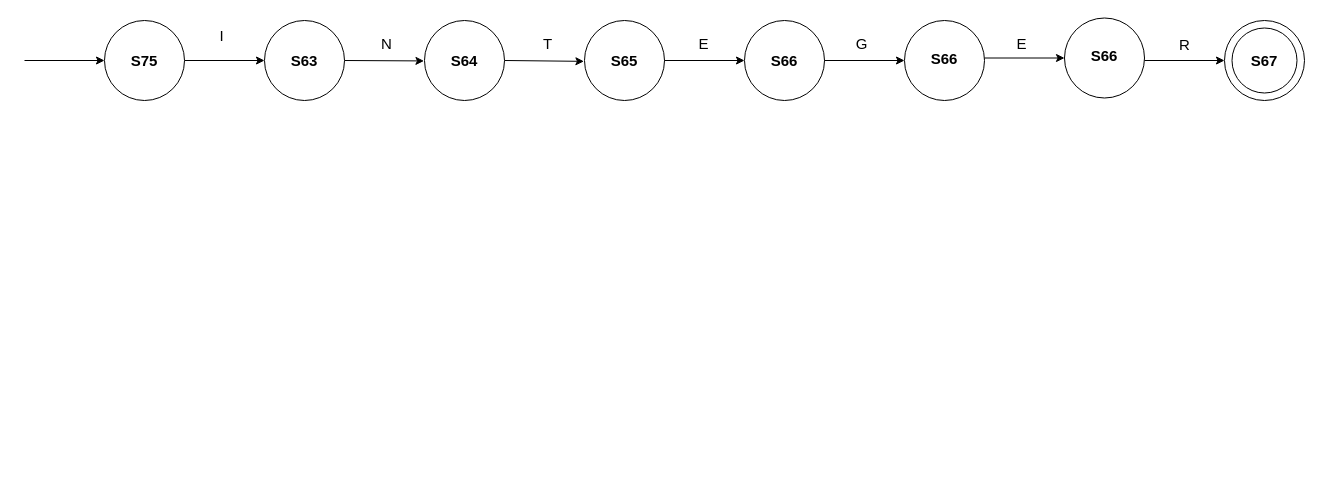
Above: dataType.drawio in MonaJea-Ng/Projects (draw.io), before the change. Source tidied: cells renumbered, new cells numbered last; positions are measured from the earlier drawing's top-left corner, leaving out a move shared by most shapes. Both pictures are drawn from the tidied source at 100%, with x=0, y=0 at pixel (24, 18).
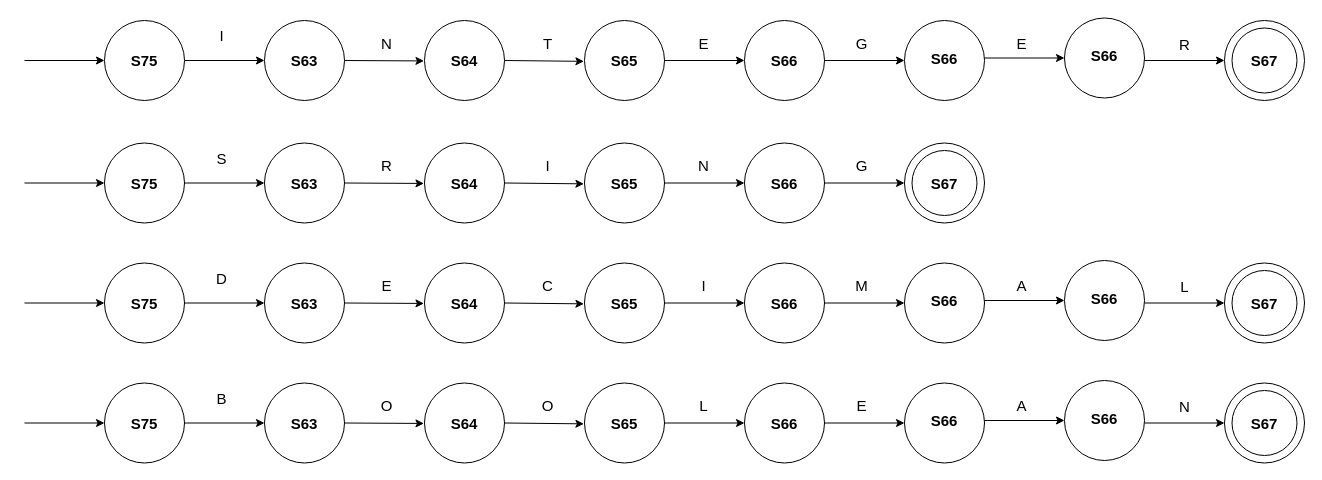
The same page after the edit.

The edit, as a diff of the source:
```diff
@@
+    <mxCell id="34" style="ellipse;whiteSpace=wrap;html=1;" parent="1" vertex="1">
+      <mxGeometry x="720" y="124.5" width="80" height="80" as="geometry" />
+    </mxCell>
+    <mxCell id="35" style="ellipse;whiteSpace=wrap;html=1;" parent="1" vertex="1">
+      <mxGeometry x="560" y="124.5" width="80" height="80" as="geometry" />
+    </mxCell>
+    <mxCell id="36" style="endArrow=classic;html=1;rounded=0;entryX=0.842;entryY=1.112;entryDx=0;entryDy=0;exitX=1;exitY=0.5;exitDx=0;exitDy=0;entryPerimeter=0;" parent="1" edge="1" source="44" target="47">
+      <mxGeometry relative="1" as="geometry" />
+    </mxCell>
+    <mxCell id="37" style="endArrow=classic;html=1;rounded=0;entryX=0;entryY=0.5;entryDx=0;entryDy=0;exitX=1;exitY=0.5;exitDx=0;exitDy=0;" parent="1" edge="1" source="35" target="34">
+      <mxGeometry relative="1" as="geometry" />
+    </mxCell>
+    <mxCell id="38" value="&lt;b style=&quot;font-size: 15px;&quot;&gt;S65&lt;/b&gt;" style="text;html=1;strokeColor=none;fillColor=none;align=center;verticalAlign=middle;whiteSpace=wrap;rounded=0;fontSize=15;" parent="1" vertex="1">
+      <mxGeometry x="570" y="149.5" width="60" height="30" as="geometry" />
+    </mxCell>
+    <mxCell id="39" value="&lt;b&gt;&lt;font style=&quot;font-size: 15px;&quot;&gt;S66&lt;/font&gt;&lt;/b&gt;" style="text;html=1;strokeColor=none;fillColor=none;align=center;verticalAlign=middle;whiteSpace=wrap;rounded=0;" parent="1" vertex="1">
+      <mxGeometry x="730" y="149.5" width="60" height="30" as="geometry" />
+    </mxCell>
+    <mxCell id="40" value="N" style="text;html=1;strokeColor=none;fillColor=none;align=center;verticalAlign=middle;whiteSpace=wrap;rounded=0;fontSize=15;" parent="1" vertex="1">
+      <mxGeometry x="627" y="132" width="105" height="30" as="geometry" />
+    </mxCell>
+    <mxCell id="41" style="ellipse;whiteSpace=wrap;html=1;" parent="1" vertex="1">
+      <mxGeometry x="880" y="124.5" width="80" height="80" as="geometry" />
+    </mxCell>
+    <mxCell id="42" style="ellipse;whiteSpace=wrap;html=1;" parent="1" vertex="1">
+      <mxGeometry x="887.5" y="132" width="65" height="65" as="geometry" />
+    </mxCell>
+    <mxCell id="43" value="&lt;b&gt;&lt;font style=&quot;font-size: 15px;&quot;&gt;S67&lt;/font&gt;&lt;/b&gt;" style="text;html=1;strokeColor=none;fillColor=none;align=center;verticalAlign=middle;whiteSpace=wrap;rounded=0;" parent="1" vertex="1">
+      <mxGeometry x="890" y="149.5" width="60" height="30" as="geometry" />
+    </mxCell>
+    <mxCell id="44" style="ellipse;whiteSpace=wrap;html=1;" parent="1" vertex="1">
+      <mxGeometry x="400" y="124.5" width="80" height="80" as="geometry" />
+    </mxCell>
+    <mxCell id="45" style="endArrow=classic;html=1;rounded=0;entryX=0.852;entryY=1.098;entryDx=0;entryDy=0;entryPerimeter=0;" parent="1" edge="1" target="50">
+      <mxGeometry relative="1" as="geometry">
+        <mxPoint x="320" y="164.5" as="sourcePoint" />
+      </mxGeometry>
+    </mxCell>
+    <mxCell id="46" value="&lt;b style=&quot;font-size: 15px;&quot;&gt;S64&lt;/b&gt;" style="text;html=1;strokeColor=none;fillColor=none;align=center;verticalAlign=middle;whiteSpace=wrap;rounded=0;fontSize=15;" parent="1" vertex="1">
+      <mxGeometry x="410" y="149.5" width="60" height="30" as="geometry" />
+    </mxCell>
+    <mxCell id="47" value="I" style="text;html=1;strokeColor=none;fillColor=none;align=center;verticalAlign=middle;whiteSpace=wrap;rounded=0;fontSize=15;" parent="1" vertex="1">
+      <mxGeometry x="471" y="132" width="105" height="30" as="geometry" />
+    </mxCell>
+    <mxCell id="48" style="ellipse;whiteSpace=wrap;html=1;" parent="1" vertex="1">
+      <mxGeometry x="240" y="124.5" width="80" height="80" as="geometry" />
+    </mxCell>
+    <mxCell id="49" value="&lt;b style=&quot;font-size: 15px;&quot;&gt;S63&lt;/b&gt;" style="text;html=1;strokeColor=none;fillColor=none;align=center;verticalAlign=middle;whiteSpace=wrap;rounded=0;fontSize=15;" parent="1" vertex="1">
+      <mxGeometry x="250" y="149.5" width="60" height="30" as="geometry" />
+    </mxCell>
+    <mxCell id="50" value="R" style="text;html=1;strokeColor=none;fillColor=none;align=center;verticalAlign=middle;whiteSpace=wrap;rounded=0;fontSize=15;" parent="1" vertex="1">
+      <mxGeometry x="310" y="132" width="105" height="30" as="geometry" />
+    </mxCell>
+    <mxCell id="51" style="endArrow=classic;html=1;rounded=0;" parent="1" edge="1">
+      <mxGeometry relative="1" as="geometry">
+        <mxPoint x="160" y="164.5" as="sourcePoint" />
+        <mxPoint x="240" y="164.5" as="targetPoint" />
+      </mxGeometry>
+    </mxCell>
+    <mxCell id="52" style="ellipse;whiteSpace=wrap;html=1;" parent="1" vertex="1">
+      <mxGeometry x="80" y="124.5" width="80" height="80" as="geometry" />
+    </mxCell>
+    <mxCell id="53" style="endArrow=classic;html=1;rounded=0;entryX=0;entryY=0.5;entryDx=0;entryDy=0;" parent="1" edge="1">
+      <mxGeometry relative="1" as="geometry">
+        <mxPoint y="164.5" as="sourcePoint" />
+        <mxPoint x="80" y="164.5" as="targetPoint" />
+      </mxGeometry>
+    </mxCell>
+    <mxCell id="54" value="&lt;b style=&quot;font-size: 15px;&quot;&gt;S75&lt;/b&gt;" style="text;html=1;strokeColor=none;fillColor=none;align=center;verticalAlign=middle;whiteSpace=wrap;rounded=0;fontSize=15;" parent="1" vertex="1">
+      <mxGeometry x="90" y="149.5" width="60" height="30" as="geometry" />
+    </mxCell>
+    <mxCell id="55" value="S" style="text;html=1;strokeColor=none;fillColor=none;align=center;verticalAlign=middle;whiteSpace=wrap;rounded=0;fontSize=15;" parent="1" vertex="1">
+      <mxGeometry x="145" y="124.5" width="105" height="30" as="geometry" />
+    </mxCell>
+    <mxCell id="56" style="endArrow=classic;html=1;rounded=0;entryX=0;entryY=0.5;entryDx=0;entryDy=0;exitX=1;exitY=0.5;exitDx=0;exitDy=0;" parent="1" edge="1">
+      <mxGeometry relative="1" as="geometry">
+        <mxPoint x="800" y="164.5" as="sourcePoint" />
+        <mxPoint x="880" y="164.5" as="targetPoint" />
+      </mxGeometry>
+    </mxCell>
+    <mxCell id="57" value="G" style="text;html=1;strokeColor=none;fillColor=none;align=center;verticalAlign=middle;whiteSpace=wrap;rounded=0;fontSize=15;" parent="1" vertex="1">
+      <mxGeometry x="785" y="132" width="105" height="30" as="geometry" />
+    </mxCell>
+    <mxCell id="58" style="ellipse;whiteSpace=wrap;html=1;" parent="1" vertex="1">
+      <mxGeometry x="720" y="244.5" width="80" height="80" as="geometry" />
+    </mxCell>
+    <mxCell id="59" style="ellipse;whiteSpace=wrap;html=1;" parent="1" vertex="1">
+      <mxGeometry x="560" y="244.5" width="80" height="80" as="geometry" />
+    </mxCell>
+    <mxCell id="60" style="endArrow=classic;html=1;rounded=0;entryX=0.842;entryY=1.112;entryDx=0;entryDy=0;exitX=1;exitY=0.5;exitDx=0;exitDy=0;entryPerimeter=0;" parent="1" edge="1" source="70" target="73">
+      <mxGeometry relative="1" as="geometry" />
+    </mxCell>
+    <mxCell id="61" style="endArrow=classic;html=1;rounded=0;entryX=0;entryY=0.5;entryDx=0;entryDy=0;exitX=1;exitY=0.5;exitDx=0;exitDy=0;" parent="1" edge="1" source="59" target="58">
+      <mxGeometry relative="1" as="geometry" />
+    </mxCell>
+    <mxCell id="62" value="&lt;b style=&quot;font-size: 15px;&quot;&gt;S65&lt;/b&gt;" style="text;html=1;strokeColor=none;fillColor=none;align=center;verticalAlign=middle;whiteSpace=wrap;rounded=0;fontSize=15;" parent="1" vertex="1">
+      <mxGeometry x="570" y="269.5" width="60" height="30" as="geometry" />
+    </mxCell>
+    <mxCell id="63" value="&lt;b&gt;&lt;font style=&quot;font-size: 15px;&quot;&gt;S66&lt;/font&gt;&lt;/b&gt;" style="text;html=1;strokeColor=none;fillColor=none;align=center;verticalAlign=middle;whiteSpace=wrap;rounded=0;" parent="1" vertex="1">
+      <mxGeometry x="730" y="269.5" width="60" height="30" as="geometry" />
+    </mxCell>
+    <mxCell id="64" value="I" style="text;html=1;strokeColor=none;fillColor=none;align=center;verticalAlign=middle;whiteSpace=wrap;rounded=0;fontSize=15;" parent="1" vertex="1">
+      <mxGeometry x="627" y="252" width="105" height="30" as="geometry" />
+    </mxCell>
+    <mxCell id="65" style="ellipse;whiteSpace=wrap;html=1;" parent="1" vertex="1">
+      <mxGeometry x="1200" y="244.5" width="80" height="80" as="geometry" />
+    </mxCell>
+    <mxCell id="66" style="ellipse;whiteSpace=wrap;html=1;" parent="1" vertex="1">
+      <mxGeometry x="1207.5" y="252" width="65" height="65" as="geometry" />
+    </mxCell>
+    <mxCell id="67" style="endArrow=classic;html=1;rounded=0;entryX=0;entryY=0.5;entryDx=0;entryDy=0;exitX=1;exitY=0.5;exitDx=0;exitDy=0;" parent="1" edge="1" target="65">
+      <mxGeometry relative="1" as="geometry">
+        <mxPoint x="1120" y="284.5" as="sourcePoint" />
+      </mxGeometry>
+    </mxCell>
+    <mxCell id="68" value="&lt;b&gt;&lt;font style=&quot;font-size: 15px;&quot;&gt;S67&lt;/font&gt;&lt;/b&gt;" style="text;html=1;strokeColor=none;fillColor=none;align=center;verticalAlign=middle;whiteSpace=wrap;rounded=0;" parent="1" vertex="1">
+      <mxGeometry x="1210" y="269.5" width="60" height="30" as="geometry" />
+    </mxCell>
+    <mxCell id="69" value="L" style="text;html=1;strokeColor=none;fillColor=none;align=center;verticalAlign=middle;whiteSpace=wrap;rounded=0;fontSize=15;" parent="1" vertex="1">
+      <mxGeometry x="1108" y="253" width="105" height="30" as="geometry" />
+    </mxCell>
+    <mxCell id="70" style="ellipse;whiteSpace=wrap;html=1;" parent="1" vertex="1">
+      <mxGeometry x="400" y="244.5" width="80" height="80" as="geometry" />
+    </mxCell>
+    <mxCell id="71" style="endArrow=classic;html=1;rounded=0;entryX=0.852;entryY=1.098;entryDx=0;entryDy=0;entryPerimeter=0;" parent="1" edge="1" target="76">
+      <mxGeometry relative="1" as="geometry">
+        <mxPoint x="320" y="284.5" as="sourcePoint" />
+      </mxGeometry>
+    </mxCell>
+    <mxCell id="72" value="&lt;b style=&quot;font-size: 15px;&quot;&gt;S64&lt;/b&gt;" style="text;html=1;strokeColor=none;fillColor=none;align=center;verticalAlign=middle;whiteSpace=wrap;rounded=0;fontSize=15;" parent="1" vertex="1">
+      <mxGeometry x="410" y="269.5" width="60" height="30" as="geometry" />
+    </mxCell>
+    <mxCell id="73" value="C" style="text;html=1;strokeColor=none;fillColor=none;align=center;verticalAlign=middle;whiteSpace=wrap;rounded=0;fontSize=15;" parent="1" vertex="1">
+      <mxGeometry x="471" y="252" width="105" height="30" as="geometry" />
+    </mxCell>
+    <mxCell id="74" style="ellipse;whiteSpace=wrap;html=1;" parent="1" vertex="1">
+      <mxGeometry x="240" y="244.5" width="80" height="80" as="geometry" />
+    </mxCell>
+    <mxCell id="75" value="&lt;b style=&quot;font-size: 15px;&quot;&gt;S63&lt;/b&gt;" style="text;html=1;strokeColor=none;fillColor=none;align=center;verticalAlign=middle;whiteSpace=wrap;rounded=0;fontSize=15;" parent="1" vertex="1">
+      <mxGeometry x="250" y="269.5" width="60" height="30" as="geometry" />
+    </mxCell>
+    <mxCell id="76" value="E" style="text;html=1;strokeColor=none;fillColor=none;align=center;verticalAlign=middle;whiteSpace=wrap;rounded=0;fontSize=15;" parent="1" vertex="1">
+      <mxGeometry x="310" y="252" width="105" height="30" as="geometry" />
+    </mxCell>
+    <mxCell id="77" style="endArrow=classic;html=1;rounded=0;" parent="1" edge="1">
+      <mxGeometry relative="1" as="geometry">
+        <mxPoint x="160" y="284.5" as="sourcePoint" />
+        <mxPoint x="240" y="284.5" as="targetPoint" />
+      </mxGeometry>
+    </mxCell>
+    <mxCell id="78" style="ellipse;whiteSpace=wrap;html=1;" parent="1" vertex="1">
+      <mxGeometry x="80" y="244.5" width="80" height="80" as="geometry" />
+    </mxCell>
+    <mxCell id="79" style="endArrow=classic;html=1;rounded=0;entryX=0;entryY=0.5;entryDx=0;entryDy=0;" parent="1" edge="1">
+      <mxGeometry relative="1" as="geometry">
+        <mxPoint y="284.5" as="sourcePoint" />
+        <mxPoint x="80" y="284.5" as="targetPoint" />
+      </mxGeometry>
+    </mxCell>
+    <mxCell id="80" value="&lt;b style=&quot;font-size: 15px;&quot;&gt;S75&lt;/b&gt;" style="text;html=1;strokeColor=none;fillColor=none;align=center;verticalAlign=middle;whiteSpace=wrap;rounded=0;fontSize=15;" parent="1" vertex="1">
+      <mxGeometry x="90" y="269.5" width="60" height="30" as="geometry" />
+    </mxCell>
+    <mxCell id="81" value="D" style="text;html=1;strokeColor=none;fillColor=none;align=center;verticalAlign=middle;whiteSpace=wrap;rounded=0;fontSize=15;" parent="1" vertex="1">
+      <mxGeometry x="145" y="244.5" width="105" height="30" as="geometry" />
+    </mxCell>
+    <mxCell id="82" style="ellipse;whiteSpace=wrap;html=1;" parent="1" vertex="1">
+      <mxGeometry x="880" y="244.5" width="80" height="80" as="geometry" />
+    </mxCell>
+    <mxCell id="83" style="endArrow=classic;html=1;rounded=0;entryX=0;entryY=0.5;entryDx=0;entryDy=0;exitX=1;exitY=0.5;exitDx=0;exitDy=0;" parent="1" edge="1" target="82">
+      <mxGeometry relative="1" as="geometry">
+        <mxPoint x="800" y="284.5" as="sourcePoint" />
+      </mxGeometry>
+    </mxCell>
+    <mxCell id="84" value="&lt;b&gt;&lt;font style=&quot;font-size: 15px;&quot;&gt;S66&lt;/font&gt;&lt;/b&gt;" style="text;html=1;strokeColor=none;fillColor=none;align=center;verticalAlign=middle;whiteSpace=wrap;rounded=0;" parent="1" vertex="1">
+      <mxGeometry x="890" y="269.5" width="60" height="25" as="geometry" />
+    </mxCell>
+    <mxCell id="85" value="M" style="text;html=1;strokeColor=none;fillColor=none;align=center;verticalAlign=middle;whiteSpace=wrap;rounded=0;fontSize=15;" parent="1" vertex="1">
+      <mxGeometry x="785" y="252" width="105" height="30" as="geometry" />
+    </mxCell>
+    <mxCell id="86" style="ellipse;whiteSpace=wrap;html=1;" parent="1" vertex="1">
+      <mxGeometry x="1040" y="242" width="80" height="80" as="geometry" />
+    </mxCell>
+    <mxCell id="87" style="endArrow=classic;html=1;rounded=0;entryX=0;entryY=0.5;entryDx=0;entryDy=0;exitX=1;exitY=0.5;exitDx=0;exitDy=0;" parent="1" edge="1" target="86">
+      <mxGeometry relative="1" as="geometry">
+        <mxPoint x="960" y="282" as="sourcePoint" />
+      </mxGeometry>
+    </mxCell>
+    <mxCell id="88" value="&lt;b&gt;&lt;font style=&quot;font-size: 15px;&quot;&gt;S66&lt;/font&gt;&lt;/b&gt;" style="text;html=1;strokeColor=none;fillColor=none;align=center;verticalAlign=middle;whiteSpace=wrap;rounded=0;" parent="1" vertex="1">
+      <mxGeometry x="1050" y="267" width="60" height="25" as="geometry" />
+    </mxCell>
+    <mxCell id="89" value="A" style="text;html=1;strokeColor=none;fillColor=none;align=center;verticalAlign=middle;whiteSpace=wrap;rounded=0;fontSize=15;" parent="1" vertex="1">
+      <mxGeometry x="945" y="252" width="105" height="30" as="geometry" />
+    </mxCell>
+    <mxCell id="90" style="ellipse;whiteSpace=wrap;html=1;" parent="1" vertex="1">
+      <mxGeometry x="720" y="364.5" width="80" height="80" as="geometry" />
+    </mxCell>
+    <mxCell id="91" style="ellipse;whiteSpace=wrap;html=1;" parent="1" vertex="1">
+      <mxGeometry x="560" y="364.5" width="80" height="80" as="geometry" />
+    </mxCell>
+    <mxCell id="92" style="endArrow=classic;html=1;rounded=0;entryX=0.842;entryY=1.112;entryDx=0;entryDy=0;exitX=1;exitY=0.5;exitDx=0;exitDy=0;entryPerimeter=0;" parent="1" edge="1" source="102" target="105">
+      <mxGeometry relative="1" as="geometry" />
+    </mxCell>
+    <mxCell id="93" style="endArrow=classic;html=1;rounded=0;entryX=0;entryY=0.5;entryDx=0;entryDy=0;exitX=1;exitY=0.5;exitDx=0;exitDy=0;" parent="1" edge="1" source="91" target="90">
+      <mxGeometry relative="1" as="geometry" />
+    </mxCell>
+    <mxCell id="94" value="&lt;b style=&quot;font-size: 15px;&quot;&gt;S65&lt;/b&gt;" style="text;html=1;strokeColor=none;fillColor=none;align=center;verticalAlign=middle;whiteSpace=wrap;rounded=0;fontSize=15;" parent="1" vertex="1">
+      <mxGeometry x="570" y="389.5" width="60" height="30" as="geometry" />
+    </mxCell>
+    <mxCell id="95" value="&lt;b&gt;&lt;font style=&quot;font-size: 15px;&quot;&gt;S66&lt;/font&gt;&lt;/b&gt;" style="text;html=1;strokeColor=none;fillColor=none;align=center;verticalAlign=middle;whiteSpace=wrap;rounded=0;" parent="1" vertex="1">
+      <mxGeometry x="730" y="389.5" width="60" height="30" as="geometry" />
+    </mxCell>
+    <mxCell id="96" value="L" style="text;html=1;strokeColor=none;fillColor=none;align=center;verticalAlign=middle;whiteSpace=wrap;rounded=0;fontSize=15;" parent="1" vertex="1">
+      <mxGeometry x="627" y="372" width="105" height="30" as="geometry" />
+    </mxCell>
+    <mxCell id="97" style="ellipse;whiteSpace=wrap;html=1;" parent="1" vertex="1">
+      <mxGeometry x="1200" y="364.5" width="80" height="80" as="geometry" />
+    </mxCell>
+    <mxCell id="98" style="ellipse;whiteSpace=wrap;html=1;" parent="1" vertex="1">
+      <mxGeometry x="1207.5" y="372" width="65" height="65" as="geometry" />
+    </mxCell>
+    <mxCell id="99" style="endArrow=classic;html=1;rounded=0;entryX=0;entryY=0.5;entryDx=0;entryDy=0;exitX=1;exitY=0.5;exitDx=0;exitDy=0;" parent="1" edge="1" target="97">
+      <mxGeometry relative="1" as="geometry">
+        <mxPoint x="1120" y="404.5" as="sourcePoint" />
+      </mxGeometry>
+    </mxCell>
+    <mxCell id="100" value="&lt;b&gt;&lt;font style=&quot;font-size: 15px;&quot;&gt;S67&lt;/font&gt;&lt;/b&gt;" style="text;html=1;strokeColor=none;fillColor=none;align=center;verticalAlign=middle;whiteSpace=wrap;rounded=0;" parent="1" vertex="1">
+      <mxGeometry x="1210" y="389.5" width="60" height="30" as="geometry" />
+    </mxCell>
+    <mxCell id="101" value="N" style="text;html=1;strokeColor=none;fillColor=none;align=center;verticalAlign=middle;whiteSpace=wrap;rounded=0;fontSize=15;" parent="1" vertex="1">
+      <mxGeometry x="1108" y="373" width="105" height="30" as="geometry" />
+    </mxCell>
+    <mxCell id="102" style="ellipse;whiteSpace=wrap;html=1;" parent="1" vertex="1">
+      <mxGeometry x="400" y="364.5" width="80" height="80" as="geometry" />
+    </mxCell>
+    <mxCell id="103" style="endArrow=classic;html=1;rounded=0;entryX=0.852;entryY=1.098;entryDx=0;entryDy=0;entryPerimeter=0;" parent="1" edge="1" target="108">
+      <mxGeometry relative="1" as="geometry">
+        <mxPoint x="320" y="404.5" as="sourcePoint" />
+      </mxGeometry>
+    </mxCell>
+    <mxCell id="104" value="&lt;b style=&quot;font-size: 15px;&quot;&gt;S64&lt;/b&gt;" style="text;html=1;strokeColor=none;fillColor=none;align=center;verticalAlign=middle;whiteSpace=wrap;rounded=0;fontSize=15;" parent="1" vertex="1">
+      <mxGeometry x="410" y="389.5" width="60" height="30" as="geometry" />
+    </mxCell>
+    <mxCell id="105" value="O" style="text;html=1;strokeColor=none;fillColor=none;align=center;verticalAlign=middle;whiteSpace=wrap;rounded=0;fontSize=15;" parent="1" vertex="1">
+      <mxGeometry x="471" y="372" width="105" height="30" as="geometry" />
+    </mxCell>
+    <mxCell id="106" style="ellipse;whiteSpace=wrap;html=1;" parent="1" vertex="1">
+      <mxGeometry x="240" y="364.5" width="80" height="80" as="geometry" />
+    </mxCell>
+    <mxCell id="107" value="&lt;b style=&quot;font-size: 15px;&quot;&gt;S63&lt;/b&gt;" style="text;html=1;strokeColor=none;fillColor=none;align=center;verticalAlign=middle;whiteSpace=wrap;rounded=0;fontSize=15;" parent="1" vertex="1">
+      <mxGeometry x="250" y="389.5" width="60" height="30" as="geometry" />
+    </mxCell>
+    <mxCell id="108" value="O" style="text;html=1;strokeColor=none;fillColor=none;align=center;verticalAlign=middle;whiteSpace=wrap;rounded=0;fontSize=15;" parent="1" vertex="1">
+      <mxGeometry x="310" y="372" width="105" height="30" as="geometry" />
+    </mxCell>
+    <mxCell id="109" style="endArrow=classic;html=1;rounded=0;" parent="1" edge="1">
+      <mxGeometry relative="1" as="geometry">
+        <mxPoint x="160" y="404.5" as="sourcePoint" />
+        <mxPoint x="240" y="404.5" as="targetPoint" />
+      </mxGeometry>
+    </mxCell>
+    <mxCell id="110" style="ellipse;whiteSpace=wrap;html=1;" parent="1" vertex="1">
+      <mxGeometry x="80" y="364.5" width="80" height="80" as="geometry" />
+    </mxCell>
+    <mxCell id="111" style="endArrow=classic;html=1;rounded=0;entryX=0;entryY=0.5;entryDx=0;entryDy=0;" parent="1" edge="1">
+      <mxGeometry relative="1" as="geometry">
+        <mxPoint y="404.5" as="sourcePoint" />
+        <mxPoint x="80" y="404.5" as="targetPoint" />
+      </mxGeometry>
+    </mxCell>
+    <mxCell id="112" value="&lt;b style=&quot;font-size: 15px;&quot;&gt;S75&lt;/b&gt;" style="text;html=1;strokeColor=none;fillColor=none;align=center;verticalAlign=middle;whiteSpace=wrap;rounded=0;fontSize=15;" parent="1" vertex="1">
+      <mxGeometry x="90" y="389.5" width="60" height="30" as="geometry" />
+    </mxCell>
+    <mxCell id="113" value="B" style="text;html=1;strokeColor=none;fillColor=none;align=center;verticalAlign=middle;whiteSpace=wrap;rounded=0;fontSize=15;" parent="1" vertex="1">
+      <mxGeometry x="145" y="364.5" width="105" height="30" as="geometry" />
+    </mxCell>
+    <mxCell id="114" style="ellipse;whiteSpace=wrap;html=1;" parent="1" vertex="1">
+      <mxGeometry x="880" y="364.5" width="80" height="80" as="geometry" />
+    </mxCell>
+    <mxCell id="115" style="endArrow=classic;html=1;rounded=0;entryX=0;entryY=0.5;entryDx=0;entryDy=0;exitX=1;exitY=0.5;exitDx=0;exitDy=0;" parent="1" edge="1" target="114">
+      <mxGeometry relative="1" as="geometry">
+        <mxPoint x="800" y="404.5" as="sourcePoint" />
+      </mxGeometry>
+    </mxCell>
+    <mxCell id="116" value="&lt;b&gt;&lt;font style=&quot;font-size: 15px;&quot;&gt;S66&lt;/font&gt;&lt;/b&gt;" style="text;html=1;strokeColor=none;fillColor=none;align=center;verticalAlign=middle;whiteSpace=wrap;rounded=0;" parent="1" vertex="1">
+      <mxGeometry x="890" y="389.5" width="60" height="25" as="geometry" />
+    </mxCell>
+    <mxCell id="117" value="E" style="text;html=1;strokeColor=none;fillColor=none;align=center;verticalAlign=middle;whiteSpace=wrap;rounded=0;fontSize=15;" parent="1" vertex="1">
+      <mxGeometry x="785" y="372" width="105" height="30" as="geometry" />
+    </mxCell>
+    <mxCell id="118" style="ellipse;whiteSpace=wrap;html=1;" parent="1" vertex="1">
+      <mxGeometry x="1040" y="362" width="80" height="80" as="geometry" />
+    </mxCell>
+    <mxCell id="119" style="endArrow=classic;html=1;rounded=0;entryX=0;entryY=0.5;entryDx=0;entryDy=0;exitX=1;exitY=0.5;exitDx=0;exitDy=0;" parent="1" edge="1" target="118">
+      <mxGeometry relative="1" as="geometry">
+        <mxPoint x="960" y="402" as="sourcePoint" />
+      </mxGeometry>
+    </mxCell>
+    <mxCell id="120" value="&lt;b&gt;&lt;font style=&quot;font-size: 15px;&quot;&gt;S66&lt;/font&gt;&lt;/b&gt;" style="text;html=1;strokeColor=none;fillColor=none;align=center;verticalAlign=middle;whiteSpace=wrap;rounded=0;" parent="1" vertex="1">
+      <mxGeometry x="1050" y="387" width="60" height="25" as="geometry" />
+    </mxCell>
+    <mxCell id="121" value="A" style="text;html=1;strokeColor=none;fillColor=none;align=center;verticalAlign=middle;whiteSpace=wrap;rounded=0;fontSize=15;" parent="1" vertex="1">
+      <mxGeometry x="945" y="372" width="105" height="30" as="geometry" />
+    </mxCell>
```
